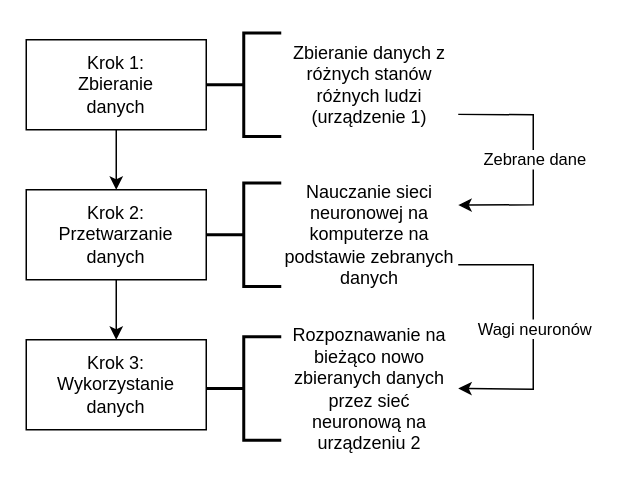
Above: images/roadmap.drawio in GoldenKacper/ISD (draw.io), before the change. Source tidied: cells renumbered, new cells numbered last; positions are measured from the earlier drawing's top-left corner, leaving out a move shared by most shapes. Both pictures are drawn from the tidied source at 150%, with x=0, y=0 at pixel (26, 24).
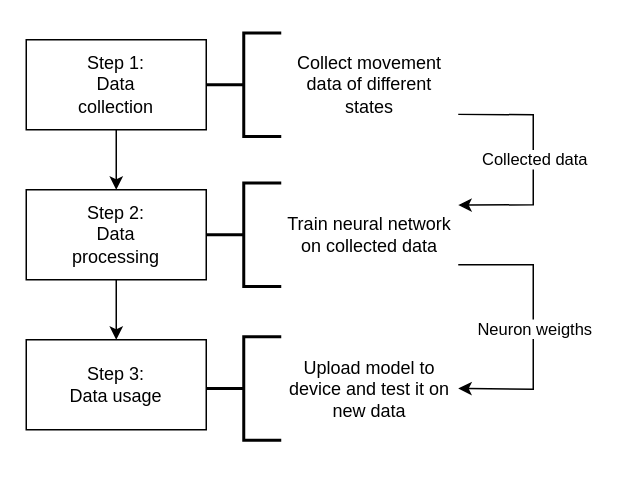
The same diagram, later.

Commit message (it also covers changes not shown here):
Translated roadmap to english

The change refers to these unchanged cells:
```xml
<mxCell id="16" style="endArrow=classic;html=1;rounded=0;entryX=1;entryY=0.5;entryDx=0;entryDy=0;" parent="1" edge="1" target="15">
  <mxGeometry relative="1" as="geometry">
    <mxPoint x="288" y="160" as="sourcePoint" />
    <Array as="points">
      <mxPoint x="338" y="160" />
      <mxPoint x="338" y="243" />
    </Array>
  </mxGeometry>
</mxCell>
<mxCell id="18" style="endArrow=classic;html=1;rounded=0;entryX=1;entryY=0.25;entryDx=0;entryDy=0;exitX=1;exitY=0.75;exitDx=0;exitDy=0;" parent="1" edge="1" source="10" target="14">
  <mxGeometry relative="1" as="geometry">
    <Array as="points">
      <mxPoint x="338" y="60" />
      <mxPoint x="338" y="120" />
    </Array>
  </mxGeometry>
</mxCell>
```

What changed in the source:
```diff
@@
-    <mxCell id="3" value="&lt;div&gt;Krok 1:&lt;/div&gt;&lt;div&gt;Zbieranie danych&lt;br&gt;&lt;/div&gt;" style="text;html=1;strokeColor=none;fillColor=none;align=center;verticalAlign=middle;whiteSpace=wrap;rounded=0;" parent="1" vertex="1">
+    <mxCell id="3" value="&lt;div&gt;Step 1:&lt;/div&gt;&lt;div&gt;Data collection&lt;br&gt;&lt;/div&gt;" style="text;html=1;strokeColor=none;fillColor=none;align=center;verticalAlign=middle;whiteSpace=wrap;rounded=0;" parent="1" vertex="1">
       <mxGeometry x="21" y="20.5" width="78" height="39" as="geometry" />
     </mxCell>
@@
-    <mxCell id="5" value="&lt;div&gt;Krok 2:&lt;/div&gt;&lt;div&gt;Przetwarzanie danych&lt;br&gt;&lt;/div&gt;" style="text;html=1;strokeColor=none;fillColor=none;align=center;verticalAlign=middle;whiteSpace=wrap;rounded=0;" parent="1" vertex="1">
+    <mxCell id="5" value="&lt;div&gt;Step 2:&lt;/div&gt;&lt;div&gt;Data processing&lt;br&gt;&lt;/div&gt;" style="text;html=1;strokeColor=none;fillColor=none;align=center;verticalAlign=middle;whiteSpace=wrap;rounded=0;" parent="1" vertex="1">
       <mxGeometry x="21" y="120.5" width="78" height="39" as="geometry" />
     </mxCell>
@@
-    <mxCell id="7" value="&lt;div&gt;Krok 3:&lt;/div&gt;&lt;div&gt;Wykorzystanie danych&lt;br&gt;&lt;/div&gt;" style="text;html=1;strokeColor=none;fillColor=none;align=center;verticalAlign=middle;whiteSpace=wrap;rounded=0;" parent="1" vertex="1">
+    <mxCell id="7" value="&lt;div&gt;Step 3:&lt;/div&gt;&lt;div&gt;Data usage&lt;br&gt;&lt;/div&gt;" style="text;html=1;strokeColor=none;fillColor=none;align=center;verticalAlign=middle;whiteSpace=wrap;rounded=0;" parent="1" vertex="1">
       <mxGeometry x="21" y="220.5" width="78" height="39" as="geometry" />
     </mxCell>
@@
-    <mxCell id="10" value="Zbieranie danych z różnych stanów różnych ludzi (urządzenie 1)" style="text;html=1;strokeColor=none;fillColor=none;align=center;verticalAlign=middle;whiteSpace=wrap;rounded=0;" parent="1" vertex="1">
+    <mxCell id="10" value="Collect movement data of different states" style="text;html=1;strokeColor=none;fillColor=none;align=center;verticalAlign=middle;whiteSpace=wrap;rounded=0;" parent="1" vertex="1">
       <mxGeometry x="170" y="0.5" width="118" height="79" as="geometry" />
     </mxCell>
@@
-    <mxCell id="14" value="Nauczanie sieci neuronowej na komputerze na podstawie zebranych danych " style="text;html=1;strokeColor=none;fillColor=none;align=center;verticalAlign=middle;whiteSpace=wrap;rounded=0;" parent="1" vertex="1">
+    <mxCell id="14" value="Train neural network on collected data" style="text;html=1;strokeColor=none;fillColor=none;align=center;verticalAlign=middle;whiteSpace=wrap;rounded=0;" parent="1" vertex="1">
       <mxGeometry x="170" y="100.5" width="118" height="79" as="geometry" />
     </mxCell>
-    <mxCell id="15" value="Rozpoznawanie na bieżąco nowo zbieranych danych przez sieć neuronową na urządzeniu 2" style="text;html=1;strokeColor=none;fillColor=none;align=center;verticalAlign=middle;whiteSpace=wrap;rounded=0;" parent="1" vertex="1">
+    <mxCell id="15" value="Upload model to device and test it on new data" style="text;html=1;strokeColor=none;fillColor=none;align=center;verticalAlign=middle;whiteSpace=wrap;rounded=0;" parent="1" vertex="1">
       <mxGeometry x="170" y="203" width="118" height="79" as="geometry" />
     </mxCell>
@@
-    <mxCell id="17" value="Wagi neuronów" style="edgeLabel;html=1;align=center;verticalAlign=middle;" parent="16" vertex="1">
+    <mxCell id="17" value="Neuron weigths" style="edgeLabel;html=1;align=center;verticalAlign=middle;" parent="16" vertex="1">
       <mxGeometry relative="1" as="geometry" />
     </mxCell>
@@
-    <mxCell id="19" value="Zebrane dane" style="edgeLabel;html=1;align=center;verticalAlign=middle;" parent="18" vertex="1">
+    <mxCell id="19" value="Collected data" style="edgeLabel;html=1;align=center;verticalAlign=middle;" parent="18" vertex="1">
       <mxGeometry relative="1" as="geometry" />
     </mxCell>
```
